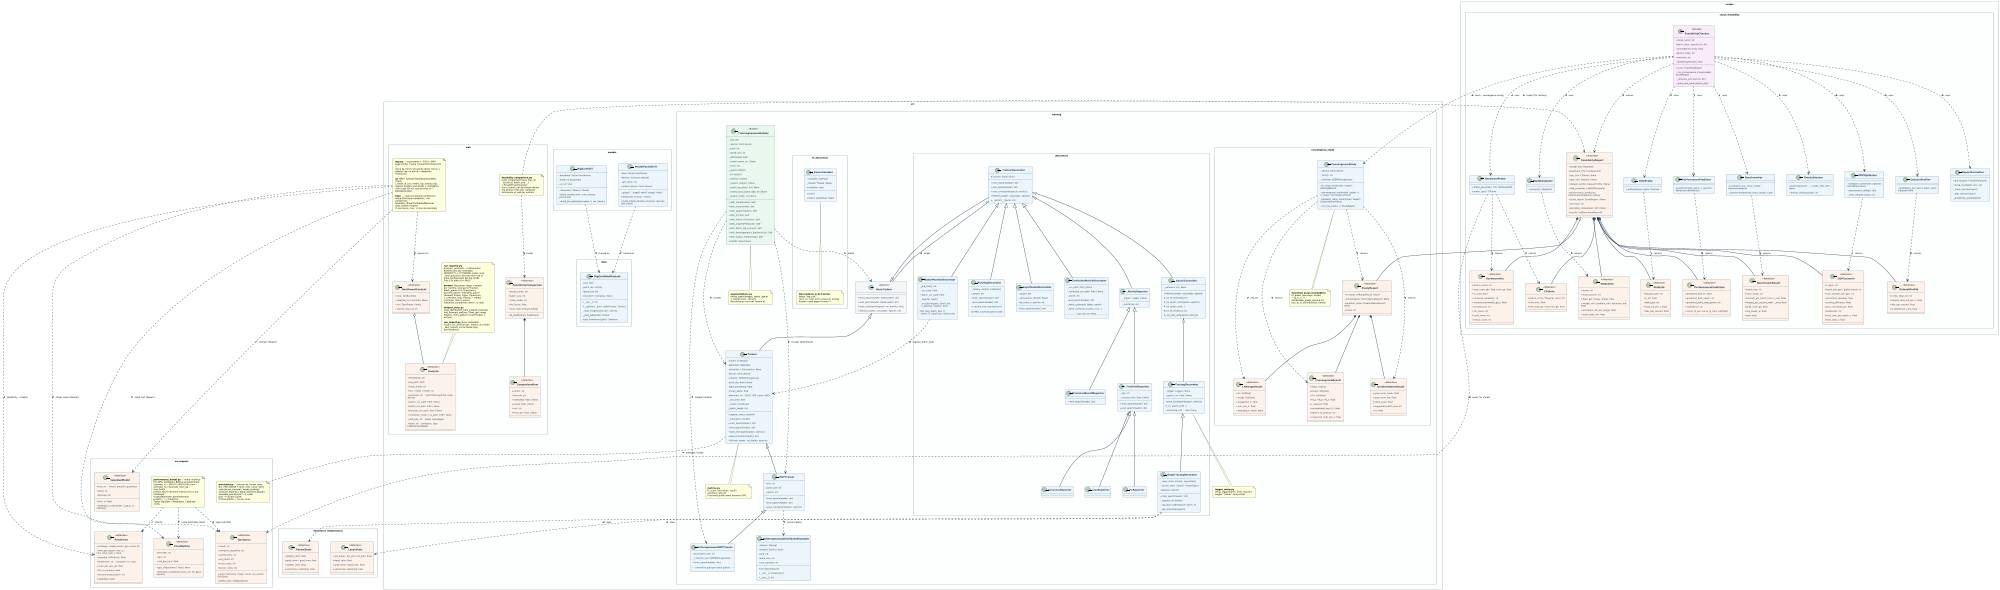
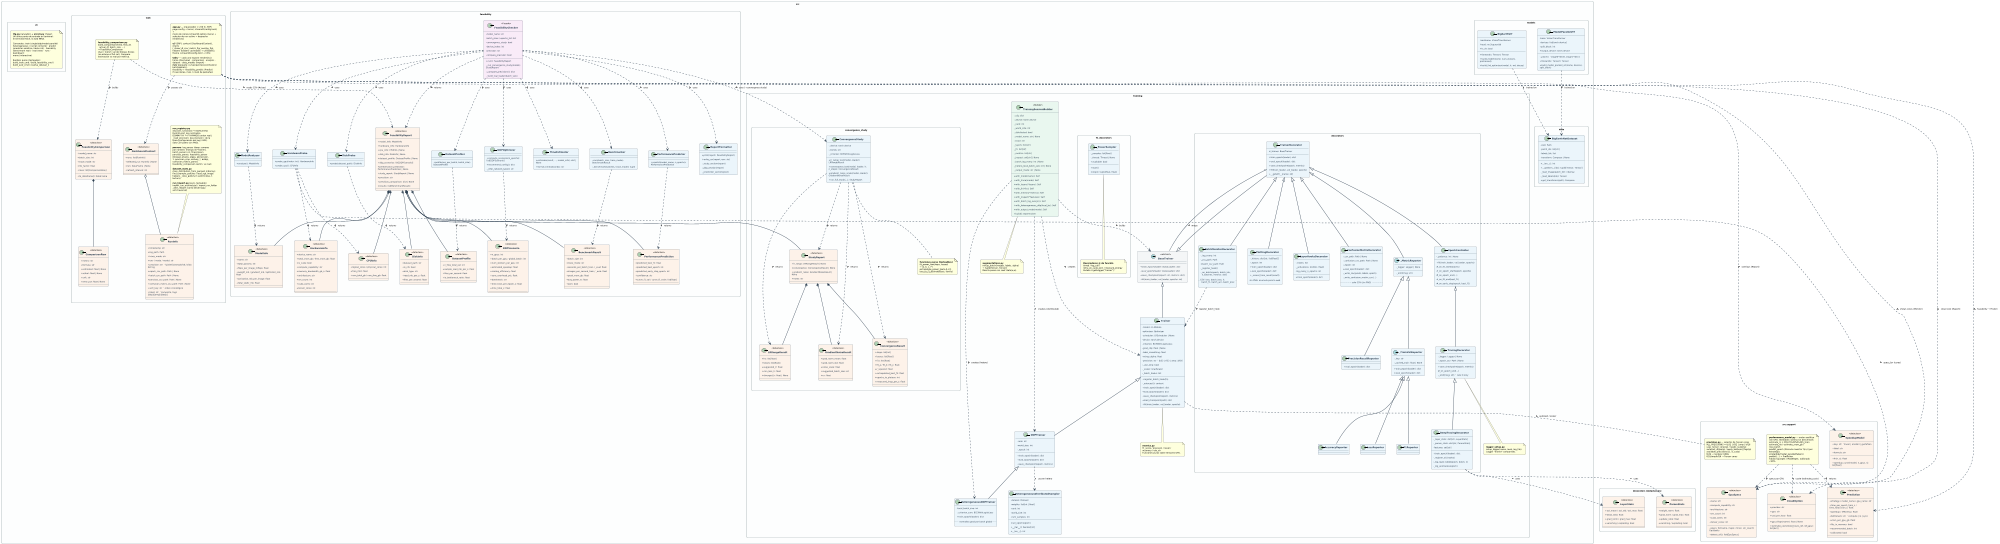
@startuml class_diagram
scale 2000 width
skinparam monochrome false
skinparam classAttributeIconSize 0
skinparam defaultFontName "DejaVu Sans"
skinparam defaultFontSize 9
skinparam classFontStyle bold
skinparam classFontSize 10
skinparam classHeaderBackgroundColor #1A5276
skinparam classBorderColor #2C3E50
skinparam classBackgroundColor #EBF5FB
skinparam arrowColor #2C3E50
skinparam arrowThickness 1.5
skinparam roundCorner 8
skinparam padding 4
skinparam nodesep 50
skinparam ranksep 55
skinparam wrapWidth 200
skinparam packageStyle rectangle
skinparam packageBorderColor #95A5A6
skinparam packageBackgroundColor #FDFEFE

' ════════════════════════════════════════════════════════════════
' PACKAGE: src.training
' ════════════════════════════════════════════════════════════════
package "src.training" #FDFEFE {

  abstract class BaseTrainer <<abstract>> {
    {abstract} + train_epoch(loader: DataLoader): dict
    {abstract} + eval_epoch(loader: DataLoader): dict
    {abstract} + save_checkpoint(epoch: int, metrics: dict)
    {abstract} + fit(train_loader, val_loader, epochs: int)
  }

  class Trainer {
    - model: nn.Module
    - optimizer: Optimizer
    - scheduler: LRScheduler | None
    - device: torch.device
    - criterion: BCEWithLogitsLoss
    - grad_clip: float | None
    - label_smoothing: float
    - mixup_alpha: float
    - precision: str  ' fp32 | tf32 | amp | bf16
    - _use_amp: bool
    - _scaler: GradScaler
    - _batch_hooks: list
    + register_batch_hook(fn)
    - _autocast(): context
    + train_epoch(loader): dict
    + eval_epoch(loader): dict
    + save_checkpoint(epoch, metrics)
    + load_checkpoint(path): dict
    + fit(train_loader, val_loader, epochs)
  }

  class DDPTrainer {
    - rank: int
    - world_size: int
    - _epoch: int
    ' precision reenviada a Trainer
    + train_epoch(loader): dict
    + eval_epoch(loader): dict
    + save_checkpoint(epoch, metrics)
  }

  class HeterogeneousDDPTrainer {
    - local_batch_size: int
    - _criterion_sum: BCEWithLogitsLoss
    + train_epoch(loader): dict
    .. normaliza grad por batch global ..
  }

  class TrainingSessionBuilder <<Builder>> {
    - _cfg: dict
    - _device: torch.device
    - _rank: int
    - _world_size: int
    - _distributed: bool
    - _model_name: str | None
    - _trace: str
    - _layers: list[str]
    - _fn: list[str]
    - _metrics: list[str]
    - _inspect: set[str] | None
    - _batch_log_every: int | None
    - _hetero_local_batch_size: int | None
    - _output_mode: str | None
    + with_model(name): Self
    + with_trace(mode): Self
    + with_layers(*layers): Self
    + with_fn(*fns): Self
    + with_metrics(*metrics): Self
    + with_inspect(*features): Self
    + with_batch_log_every(n): Self
    + with_heterogeneous_ddp(local_bs): Self
    + with_output_mode(mode): Self
    + build(): BaseTrainer
  }

  class HeterogeneousDistributedSampler {
    - dataset: Dataset
    - weights: list[int | float]
    - rank: int
    - world_size: int
    - num_samples: int
    + set_epoch(epoch)
    + __iter__(): Iterator[int]
    + __len__(): int
  }

  note as aug_note
    **augmentations.py**
    mixup_batch(images, labels, alpha)
    → tuple[Tensor, Tensor]
    Mezcla pares con coef. Beta(α,α).
  end note

  note as metrics_note
    **metrics.py**
    f1_score / precision / recall /
    accuracy / eta_str
    Funciones puras sobre tensores GPU.
  end note

  note as logger_note
    **logger_setup.py**
    setup_logger(name, level, log_file)
    Logger "trainer" compartido.
  end note

}

' ════════════════════════════════════════════════════════════════
' PACKAGE: src.training.convergence_study  (estudio empírico v4)
' ════════════════════════════════════════════════════════════════
package "src.training.convergence_study" #FDFEFE {

  class ConvergenceStudy {
    - _device: torch.device
    - _family: str
    - _criterion: BCEWithLogitsLoss
    + lr_range_test(model, loader): LRRangeResult
    + convergence_test(model, loader, lr, n_steps): ConvergenceResult
    + gradient_noise_scale(model, loader): GradientNoiseResult
    + run_full_study(...): StudyReport
  }

  class LRRangeResult <<dataclass>> {
    + lrs: list[float]
    + losses: list[float]
    + suggested_lr: float
    + min_loss_lr: float
    + diverged_lr: float | None
  }

  class ConvergenceResult <<dataclass>> {
    + steps: list[int]
    + losses: list[float]
    + f1s: list[float]
    + fit_a / fit_b / fit_c: float
    + r_squared: float
    + extrapolated_best_f1: float
    + epochs_to_plateau: int
    + measured_imgs_per_s: float
  }

  class GradientNoiseResult <<dataclass>> {
    + grad_norm_mean: float
    + grad_norm_std: float
    + noise_scale: float
    + suggested_batch_size: int
    + cv: float
  }

  class StudyReport <<dataclass>> {
    + lr_range: LRRangeResult | None
    + convergence: ConvergenceResult | None
    + gradient_noise: GradientNoiseResult | None
    + notes: str
  }

  note as fit_note
    **funciones puras (testeables)**
    fit_power_law(steps, losses)
    → (a, b, c, r²)
    extrapolate_power_law(a,b,c,t)
    loss_to_f1_estimate(loss, family)
  end note

}

' ════════════════════════════════════════════════════════════════
' PACKAGE: src.training.decorators
' ════════════════════════════════════════════════════════════════
package "src.training.decorators" #FDFEFE {

  class TrainerDecorator {
    # _trainer: BaseTrainer
    + train_epoch(loader): dict
    + eval_epoch(loader): dict
    + save_checkpoint(epoch, metrics)
    + fit(train_loader, val_loader, epochs)
    + __getattr__(name: str)
  }

  class EpochController {
    - _patience: int | None
    + fit(train_loader, val_loader, epochs)
    # _on_fit_start(epochs)
    # _on_epoch_start(epoch, epochs)
    # _on_epoch_end(...)
    # _on_fit_end(best_f1)
    # _on_early_stop(epoch, best_f1)
  }

  class TracingDecorator {
    - _logger: Logger | None
    - _epoch_csv: Path | None
    + save_checkpoint(epoch, metrics)
    # _on_epoch_end(...)
    - _emit(msg: str)  ' rank 0 only
  }

  class DeepTracingDecorator {
    - _layer_stats: dict[str, LayerStats]
    - _param_stats: dict[str, ParamStats]
    - features: set[str]
    + train_epoch(loader): dict
    - _register_all_hooks()
    - _log_layer_table(epoch, batch, n)
    - _log_anomalies(epoch)
  }

  class PlottingDecorator {
    - _history: dict[str, list[float]]
    - _epoch: int
    + train_epoch(loader): dict
    + eval_epoch(loader): dict
    + _record_train_result(result)
    .. sin PNG: acumula para la web ..
  }

  class LayerHooksDecorator {
    - _hooks: list
    - _activations: dict[str, float]
    - log_every_n_epochs: int
    + train_epoch(loader): dict
  }

  class ConfusionMatrixDecorator {
    - _csv_path: Path | None
    - _confusion_csv_path: Path | None
    - _epoch: int
    + eval_epoch(loader): dict
    - _write_csv(preds, labels, epoch)
    - _write_confusion_matrix_csv(...)
    .. solo CSV (sin PNG) ..
  }

  class BatchMonitorDecorator {
    - _log_every: int
    - _csv_path: Path
    + batch_csv_path: Path
    - _register_hook()
    - _on_batch(epoch, batch_idx,\n  n_batches, metrics: dict)
    .. CSV: loss, batch_loss, lr,\n  batch_f1, batch_acc, batch_prec ..
  }

  abstract class _MetricReporter {
    - _logger: Logger | None
    - _emit(msg: str)
  }

  abstract class _TrainValReporter {
    - _key: str
    - _cached_train: float | None
    + train_epoch(loader): dict
    + eval_epoch(loader): dict
  }

  class LossReporter
  class F1Reporter
  class AccuracyReporter
  class PrecisionRecallReporter {
    + eval_epoch(loader): dict
  }

}

' ════════════════════════════════════════════════════════════════
' PACKAGE: src.training.decorators — dataclasses internas
' ════════════════════════════════════════════════════════════════
package "decorators (dataclasses)" #FDFEFE {

  class LayerStats <<dataclass>> {
    + act_mean / act_std / act_max: float
    + dead_ratio: float
    + grad_norm / grad_max: float
    + vanishing / exploding: bool
  }

  class ParamStats <<dataclass>> {
    + weight_norm: float
    + grad_norm / grad_max: float
    + update_ratio: float
    + vanishing / exploding: bool
  }

}

' ════════════════════════════════════════════════════════════════
' PACKAGE: src.training.fn_decorators
' ════════════════════════════════════════════════════════════════
package "src.training.fn_decorators" #FDFEFE {

  class _PowerSampler {
    - _samples: list[float]
    - _thread: Thread | None
    + available: bool
    + start()
    + stop(): tuple[float, float]
  }

  note as fn_note
    **Decoradores @ de función**
    timed / log_call /
    retry_on_cuda_oom / measure_energy
    Rutean a getLogger("trainer").
  end note

  _PowerSampler .. fn_note

}

' ════════════════════════════════════════════════════════════════
' PACKAGE: src.models / src.data
' ════════════════════════════════════════════════════════════════
package "src.models" #FDFEFE {
  class BigEarthViT {
    - backbone: VisionTransformer
    - head: nn.Sequential
    + is_vit: bool
    + forward(x: Tensor): Tensor
    + build_model(name, num_classes, pretrained)
    + build_llrd_optimizer(model, lr, wd, decay)
  }

  class ModelParallelViT {
    ' paralelismo de modelo (pipeline naive)
    - base: VisionTransformer
    - devices: list[torch.device]
    - split_block: int
    + output_device: torch.device
    - _place()  ' stage0→dev0, stage1→dev1
    + forward(x: Tensor): Tensor
    + build_model_parallel_vit(name, devices, split_block)
  }
}

' ════════════════════════════════════════════════════════════════
' PACKAGE: src (módulos de soporte — feasibility/web)
' ════════════════════════════════════════════════════════════════
package "src.support" as support #FDFEFE {

  class GpuSpecs <<dataclass>> {
    + name: str
    + compute_capability: str
    + architecture: str
    + sm_count: int
    + cuda_cores: int
    + tensor_cores: int
    + specs_for(name, major, minor, sm_count): GpuSpecs
    + detect_all(): list[GpuSpecs]
  }

  class SpeedupModel <<dataclass>> {
    + key: str  ' linear | amdahl | gustafson
    + label: str
    + formula: str
    + fn(n, s): float
    + speedup_curve(model, n_gpus, s): list[float]
  }

  class CloudOption <<dataclass>> {
    + provider: str
    + gpu: str
    + usd_per_hour: float
    + gpu_tflops(name): float | None
    + estimate_costs(total_hours_ref, ref_gpu): list[dict]
  }

  class Prediction <<dataclass>> {
    ' src.performance_model — predictor analítico
    + strategy / model_name / gpu_name: str
    + time_per_epoch_train_s / time_total_train_s: float
    + speedup / efficiency: float
    + bottleneck: str  ' compute | io | sync
    + vram_per_gpu_gb: float
    + fits_in_memory: bool
    + recommended_batch: int
    + calibrated: bool
  }

  note as perfmodel_note
    **performance_model.py** — motor analítico
    (sin GPU, testeable). Estima sin benchmark:
    estimate_rc = MFU·TFLOPS/FLOPs_train
    estimate_rio / estimate_vram_gb / max_batch
    predict_epoch (fórmula maestra T(n,π) por
    estrategia: single/ddp/model_parallel/hetero)
    predict(...) → Prediction
    Tablas GpuSpec / ModelSpec. Calibrado <10%.
  end note

  note as precision_note
    **precision.py** — selector de Tensor cores
    ALL_PRECISIONS = fp32 | tf32 | amp | bf16
    uses_tensor_cores(p) / needs_scaler(p)
    autocast_dtype(p) / apply_backend_flags(p)
    available_precisions(cc, is_cuda)
    fp32 → núcleos CUDA;
    tf32/amp/bf16 → Tensor cores
  end note
}

package "src.data" #FDFEFE {
  class BigEarthNetDataset {
    - root: Path
    - patch_ids: list[str]
    - labels_list: list
    - transform: Compose | None
    + __len__(): int
    + __getitem__(idx): tuple[Tensor, Tensor]
    - _load_image(patch_dir): ndarray
    - _load_labels(idx): Tensor
    + get_transforms(split): Compose
  }
}

' ════════════════════════════════════════════════════════════════
- ' PACKAGE: scripts.check_feasibility (v4)
- ' ════════════════════════════════════════════════════════════════
- package "scripts.check_feasibility" #FDFEFE {
+ ' PACKAGE: src.feasibility (SRP package; scripts/check_feasibility.py is now a thin CLI)
+ ' ════════════════════════════════════════════════════════════════
+ package "src.feasibility" #FDFEFE {

  class ModelInfo <<dataclass>> {
    + name: str
    + total_params: int
    + flops_per_image_mflops: float
    + weight_mb / gradient_mb / optimizer_mb: float
    + activation_mb_per_image: float
    + total_static_mb: float
  }

  class HardwareInfo <<dataclass>> {
    + device_name: str
    + total_vram_gb / free_vram_gb: float
    + is_cuda: bool
    + compute_capability: str
    + memory_bandwidth_gb_s: float
    + architecture: str
    + sm_count: int
    + cuda_cores: int
    + tensor_cores: int
  }

  class CPUInfo <<dataclass>> {
    + logical_cores / physical_cores: int
    + freq_mhz: float
    + ram_total_gb / ram_free_gb: float
  }

  class DiskInfo <<dataclass>> {
    + dataset_path: str
    + is_nfs: bool
    + disk_type: str
    + read_mb_per_s: float
    + files_per_second: float
  }

  class DatasetProfile <<dataclass>> {
    + n_files_total_est: int
    + sample_read_mb_per_s: float
    + files_per_second: float
    + io_bottleneck_ratio: float
  }

  class DDPScenario <<dataclass>> {
    + n_gpus: int
    + batch_per_gpu / global_batch: int
    + num_workers_per_gpu: int
    + estimated_speedup: float
    + scaling_efficiency: float
    + sync_overhead_pct: float
    + bottleneck: str
    + time_train_per_epoch_s: float
    + time_total_s: float
  }

  class PerformancePrediction <<dataclass>> {
    + predicted_best_f1: float
    + predicted_best_epoch: int
    + predicted_early_stop_epoch: int
    + confidence: str
    + curve_f1_val / curve_f1_train: list[float]
  }

  class BenchmarkResult <<dataclass>> {
    + batch_size: int
    + trace_mode: str
    + seconds_per_batch_train / _eval: float
    + images_per_second_train / _eval: float
    + peak_vram_gb: float
    + avg_power_w: float
    + oom: bool
  }

  class FeasibilityReport <<dataclass>> {
    + model_info: ModelInfo
    + hardware_info: HardwareInfo
    + cpu_info: CPUInfo | None
    + disk_info: DiskInfo | None
    + dataset_profile: DatasetProfile | None
    + ddp_scenarios: list[DDPScenario]
    + performance_prediction: PerformancePrediction | None
    + study_report: StudyReport | None
    + precision: str
    + precision_comparison: dict | None
    + results: list[BenchmarkResult]
  }

  class ModelAnalyzer {
    + analyze(): ModelInfo
  }
  class HardwareProbe {
    + probe_gpu(index: int): HardwareInfo
    + probe_cpu(): CPUInfo
  }
  class DiskProbe {
    + probe(dataset_path): DiskInfo
  }
  class DatasetProfiler {
    + profile(sec_per_batch, batch_size): DatasetProfile
  }
  class Benchmarker {
    + run(batch_size, trace_mode): BenchmarkResult
    - _benchmark(batches, trace_mode): tuple
  }
  class TimeEstimator {
    + estimate(result, ..., model_info): dict | None
    + format_time(seconds): str
  }
  class DDPOptimizer {
    + compute_scenarios(n_epochs): list[DDPScenario]
    + recommend_config(): dict
    - _infer_network_type(): str
  }
  class PerformancePredictor {
    + predict(model_name, n_epochs): PerformancePrediction
  }
  class ReportFormatter {
    + print(report: FeasibilityReport)
    + write_csv(report, env: str)
    - _study_section(report)
    - _ddp_section(report)
    - _prediction_section(pred)
  }
  class FeasibilityChecker <<Facade>> {
    - model_name: str
    - batch_sizes / epochs_list: list
    - convergence_study: bool
    - device_index: int
    - precision: str
    - compare_precision: bool
    + run(): FeasibilityReport
    - _run_convergence_study(model): StudyReport
    - _compare_precisions(): dict
    - _build_real_loader(batch_size)
  }

}

' ════════════════════════════════════════════════════════════════
' PACKAGE: src.web
' ════════════════════════════════════════════════════════════════
package "src.web" #FDFEFE {

  class RunInfo <<dataclass>> {
    + timestamp: str
    + log_path: Path
    + trace_mode: str
    + env / mode / model: str
    + precision: str  ' fp32/tf32/amp/bf16, leída del log
    + epoch_csv_path: Path | None
    + batch_csv_path: Path | None
    + perclass_csv_path: Path | None
    + confusion_matrix_csv_path: Path | None
    + sort_key: str  ' orden cronológico
    + label: str  ' compacto, tags [ddp]/[amp]/[deep]
  }

  class FeasibilityComparison <<dataclass>> {
    + model_name: str
    + batch_size: int
    + trace_mode: str
    + nfs_factor: float
    + rows: list[ComparisonRow]
    + to_dataframe(): DataFrame
  }

  class ComparisonRow <<dataclass>> {
    + metric: str
    + formula: str
    + estimated: float | None
    + actual: float | None
    + unit: str
    + error_pct: float | None
  }

  note as cmp_note
    **feasibility_comparison.py**
    build_comparison(meta, feas_df,
      actual_df, batch_size, ...)
    → FeasibilityComparison
    Usa n_train/n_val del bloque #sizes
    (no asume el full set). Compara
    estimación vs real por métrica.
  end note

  class DashboardContext <<dataclass>> {
    ' src.web.ui.context — estado compartido (ctx)
    + runs: list[RunInfo]
    + selected_run: RunInfo | None
    + run: DataFrame | None
    + refresh_interval: int
  }

  note as web_note
    **run_registry.py**
    discover_runs(root) → list[RunInfo]
    RunInfo.sort_key normaliza
    DDMMYYYY → YYYYMMDD (orden real).
    _read_precision: lee precision= de la
    línea Configuración del log (4 KB).
    Solo CSV paths (sin PNG).

    **parsers**: log_parser (deep: campos
    por nombre; energía \w*Trainer),
    batch_parser (v3: f1/acc/prec),
    perclass_parser, feasibility_parser
    (bloques #sizes, #gpu, #precision,
    #precision_cmp, #study_*, #ddp),
    confusion_matrix_parser,
    feasibility_comparison (estim. vs real)

    **dataset_stats.py**
    class_distribution_from_parquet (ndarray)
    find_example_patches / load_rgb_image
    helpers._class_gallery (1 patch/clase, 1 lectura)

    **run_import.py** (puro, testeable)
    import_run_archive(zip) / import_run_folder
    _dest_relpath (corta desde logs/, anti-traversal)
  end note

  note as web_arch_note
    **app.py** — orquestador (~220 ln, SRP)
    page config + tema (.streamlit/config.toml) +
    menú de iconos (streamlit-option-menu) +
    selector de run activo → despacha render(ctx)

    **ui/** (SRP): context (DashboardContext),
    charts (_show/_dl_csv/_metric_fig/_overlay_fig),
    helpers (loaders cacheados + utilidades),
-     i18n (capa EN→ES que parchea st.* / DeltaGenerator)
+     theme (.streamlit/config.toml + CSS)

    **tabs/** — cada uno expone render(ctx):
-     home (Overview compacto) · run · comparison ·
-     feasibility (Predict/Validate/Measure) ·
-     data_models (Import)
+     home (Overview) · comparison · analysis ·
+     dataset · data_models (Import) ·
+     **run/** (paquete: curves/perclass/confusions/
+     batch/details) ·
+     feasibility + feasibility_predict (Predict)
    (5 secciones, máx. 1 nivel de pestañas)
  end note

+ }
+ 
+ ' ════════════════════════════════════════════════════════════════
+ ' PACKAGE: src.cli (CLI unificado tipo `tfg <comando>`)
+ ' ════════════════════════════════════════════════════════════════
+ package "src.cli" #FDFEFE {
+   note as cli_note
+     **tfg.py** (lanzador) + **src/cli.py** (Typer)
+     Un único punto de entrada en terminal:
+     el terminal HACE, la web MIRA.
+ 
+     Comandos: train (single/ddp/model-parallel/
+     heterogeneous → script correcto) · predict
+     (predictor analítico, tabla rich) · feasibility
+     (benchmark real) · eval (test) · runs · dashboard ·
+     menu (interactivo)
+ 
+     Builders puros (testeados):
+     build_train_cmd / build_feasibility_cmd /
+     build_eval_cmd / resolve_dataset_n
+   end note
}

' ════════════════════════════════════════════════════════════════
' RELACIONES DE HERENCIA
' ════════════════════════════════════════════════════════════════

BaseTrainer <|-- Trainer
Trainer <|-- DDPTrainer
DDPTrainer <|-- HeterogeneousDDPTrainer
BaseTrainer <|-- TrainerDecorator

TrainerDecorator <|-- EpochController
TrainerDecorator <|-- PlottingDecorator
TrainerDecorator <|-- LayerHooksDecorator
TrainerDecorator <|-- ConfusionMatrixDecorator
TrainerDecorator <|-- BatchMonitorDecorator
TrainerDecorator <|-- _MetricReporter

EpochController <|-- TracingDecorator
TracingDecorator <|-- DeepTracingDecorator

_MetricReporter <|-- _TrainValReporter
_MetricReporter <|-- PrecisionRecallReporter
_TrainValReporter <|-- LossReporter
_TrainValReporter <|-- F1Reporter
_TrainValReporter <|-- AccuracyReporter

' ════════════════════════════════════════════════════════════════
' RELACIONES DE COMPOSICIÓN / DEPENDENCIA
' ════════════════════════════════════════════════════════════════

TrainerDecorator o-- BaseTrainer : wraps >

TrainingSessionBuilder ..> BaseTrainer : builds >
TrainingSessionBuilder ..> Trainer : creates >
TrainingSessionBuilder ..> DDPTrainer : creates (distributed) >
TrainingSessionBuilder ..> HeterogeneousDDPTrainer : creates (hetero) >
TrainingSessionBuilder ..> aug_note : uses >

DDPTrainer ..> HeterogeneousDistributedSampler : usa en hetero >

DeepTracingDecorator ..> LayerStats : uses >
DeepTracingDecorator ..> ParamStats : uses >
BatchMonitorDecorator ..> Trainer : register_batch_hook >

ConvergenceStudy ..> LRRangeResult : returns >
ConvergenceStudy ..> ConvergenceResult : returns >
ConvergenceStudy ..> GradientNoiseResult : returns >
ConvergenceStudy ..> StudyReport : returns >
ConvergenceStudy .. fit_note
StudyReport *-- LRRangeResult
StudyReport *-- ConvergenceResult
StudyReport *-- GradientNoiseResult

FeasibilityChecker ..> ModelAnalyzer : uses >
FeasibilityChecker ..> HardwareProbe : uses >
FeasibilityChecker ..> DiskProbe : uses >
FeasibilityChecker ..> DatasetProfiler : uses >
FeasibilityChecker ..> Benchmarker : uses >
FeasibilityChecker ..> TimeEstimator : uses >
FeasibilityChecker ..> DDPOptimizer : uses >
FeasibilityChecker ..> PerformancePredictor : uses >
FeasibilityChecker ..> ReportFormatter : uses >
FeasibilityChecker ..> ConvergenceStudy : uses (--convergence-study) >

ModelAnalyzer ..> ModelInfo : returns >
HardwareProbe ..> HardwareInfo : returns >
HardwareProbe ..> GpuSpecs : specs_for (cores) >
HardwareProbe ..> CPUInfo : returns >
DiskProbe ..> DiskInfo : returns >
DatasetProfiler ..> DatasetProfile : returns >
Benchmarker ..> BenchmarkResult : returns >
DDPOptimizer ..> DDPScenario : returns >
PerformancePredictor ..> PerformancePrediction : returns >
FeasibilityChecker ..> FeasibilityReport : returns >

FeasibilityReport *-- ModelInfo
FeasibilityReport *-- HardwareInfo
FeasibilityReport *-- CPUInfo
FeasibilityReport *-- DiskInfo
FeasibilityReport *-- DatasetProfile
FeasibilityReport *-- DDPScenario
FeasibilityReport *-- PerformancePrediction
FeasibilityReport *-- BenchmarkResult
FeasibilityReport o-- StudyReport

BigEarthViT ..> BigEarthNetDataset : trained on >
ModelParallelViT ..> BigEarthNetDataset : trained on >

Trainer ..> metrics_note : uses >
Trainer ..> precision_note : autocast / scaler >
TracingDecorator ..> logger_note : uses >
web_note ..> RunInfo : creates >

' ── web modular (SRP): orquestador + ui/ + tabs/ ──
web_arch_note ..> DashboardContext : passes ctx >
DashboardContext o-- RunInfo
web_arch_note ..> SpeedupModel : overlays (Report) >
web_arch_note ..> CloudOption : cloud cost (Report) >
web_arch_note ..> GpuSpecs : shows cores (Monitor) >
web_arch_note ..> Prediction : Feasibility → Predict >
perfmodel_note ..> Prediction : returns >
perfmodel_note ..> GpuSpecs : specs por GPU >
perfmodel_note ..> CloudOption : coste (estimate_costs) >

FeasibilityComparison *-- ComparisonRow
cmp_note ..> FeasibilityComparison : builds >
cmp_note ..> FeasibilityReport : reads CSV (#sizes) >

' ════════════════════════════════════════════════════════════════
' ESTILOS POR TIPO
' ════════════════════════════════════════════════════════════════

skinparam class {
  HeaderBackgroundColor #1A5276
  BackgroundColor #EBF5FB
  BorderColor #2C3E50
  FontColor #FFFFFF
  AttributeFontColor #2C3E50
}

skinparam class<<abstract>> {
  HeaderBackgroundColor #1B2631
  BackgroundColor #F4F6F7
}

skinparam class<<dataclass>> {
  HeaderBackgroundColor #6E2F04
  BackgroundColor #FDF2E9
}

skinparam class<<Facade>> {
  HeaderBackgroundColor #512E5F
  BackgroundColor #F9EBF8
}

skinparam class<<Builder>> {
  HeaderBackgroundColor #145A32
  BackgroundColor #E9F7EF
}

@enduml
